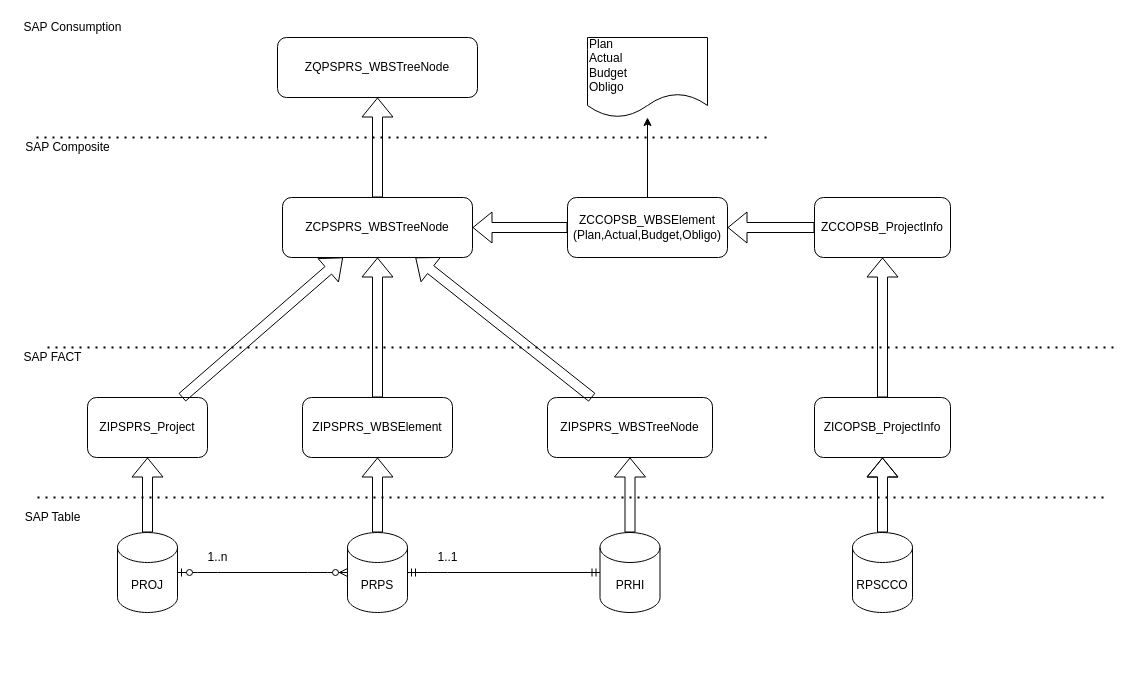
Before: 1.PSP-Element.drawio in deguotaoma/Aufgaben, a draw.io diagram. Source tidied: cells renumbered, new cells numbered last; positions are measured from the earlier drawing's top-left corner, leaving out a move shared by most shapes. Both pictures are drawn from the tidied source at 100%, with x=0, y=0 at pixel (17, 17).
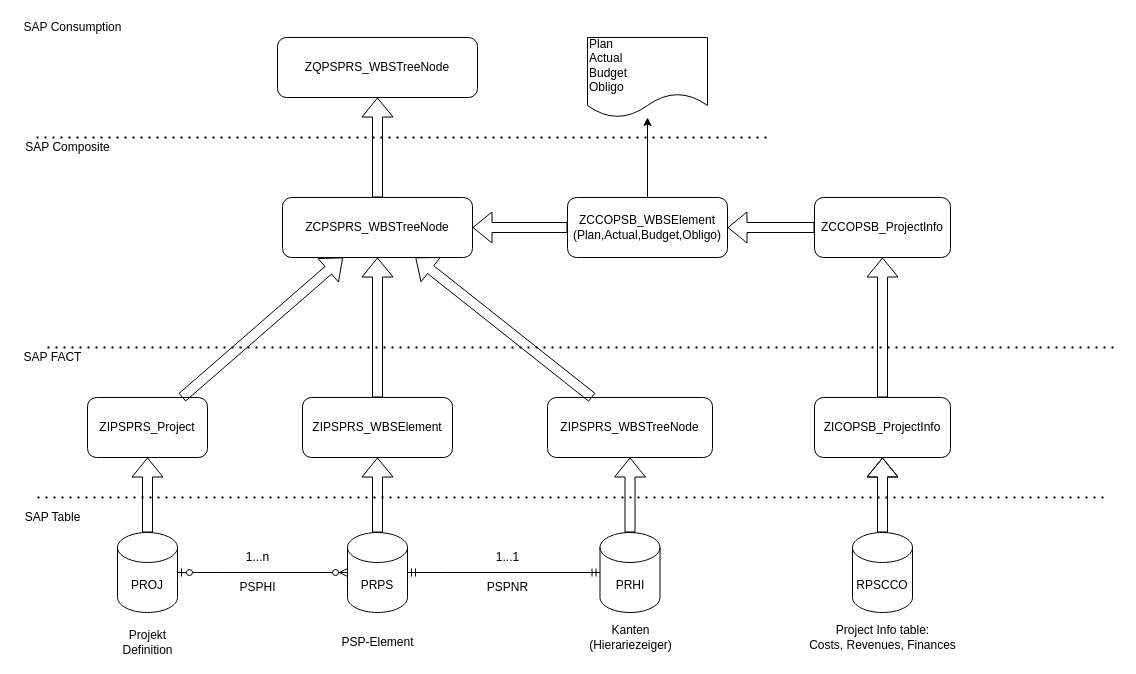
The same page after the edit.

Diff of the diagram source:
```diff
@@
-    <mxCell id="15" value="1..n" style="text;html=1;align=center;verticalAlign=middle;fillColor=none;strokeColor=none;rounded=0;" parent="1" vertex="1">
-      <mxGeometry x="180" y="530" width="40" height="20" as="geometry" />
+    <mxCell id="15" value="1...n" style="text;html=1;align=center;verticalAlign=middle;fillColor=none;strokeColor=none;rounded=0;" parent="1" vertex="1">
+      <mxGeometry x="220" y="530" width="40" height="20" as="geometry" />
     </mxCell>
-    <mxCell id="16" value="1..1" style="text;html=1;align=center;verticalAlign=middle;fillColor=none;strokeColor=none;rounded=0;" parent="1" vertex="1">
-      <mxGeometry x="410" y="530" width="40" height="20" as="geometry" />
+    <mxCell id="16" value="1...1" style="text;html=1;align=center;verticalAlign=middle;fillColor=none;strokeColor=none;rounded=0;" parent="1" vertex="1">
+      <mxGeometry x="470" y="530" width="40" height="20" as="geometry" />
     </mxCell>
@@
+    <mxCell id="38" value="PSPNR" style="text;html=1;align=center;verticalAlign=middle;strokeColor=none;" parent="1" vertex="1">
+      <mxGeometry x="460" y="560" width="60" height="20" as="geometry" />
+    </mxCell>
+    <mxCell id="39" value="PSPHI" style="text;html=1;align=center;verticalAlign=middle;strokeColor=none;" parent="1" vertex="1">
+      <mxGeometry x="215" y="560" width="50" height="20" as="geometry" />
+    </mxCell>
+    <mxCell id="40" value="Projekt &lt;br&gt;Definition" style="text;html=1;align=center;verticalAlign=middle;strokeColor=none;" parent="1" vertex="1">
+      <mxGeometry x="95" y="610" width="70" height="30" as="geometry" />
+    </mxCell>
+    <mxCell id="41" value="PSP-Element" style="text;html=1;align=center;verticalAlign=middle;strokeColor=none;" parent="1" vertex="1">
+      <mxGeometry x="315" y="615" width="90" height="20" as="geometry" />
+    </mxCell>
+    <mxCell id="42" value="Kanten &lt;br&gt;(Hierariezeiger)" style="text;html=1;align=center;verticalAlign=middle;strokeColor=none;" parent="1" vertex="1">
+      <mxGeometry x="562.5" y="605" width="100" height="30" as="geometry" />
+    </mxCell>
+    <mxCell id="43" value="Project Info table: &lt;br&gt;Costs, Revenues, Finances" style="text;html=1;align=center;verticalAlign=middle;strokeColor=none;" parent="1" vertex="1">
+      <mxGeometry x="785" y="605" width="160" height="30" as="geometry" />
+    </mxCell>
```
